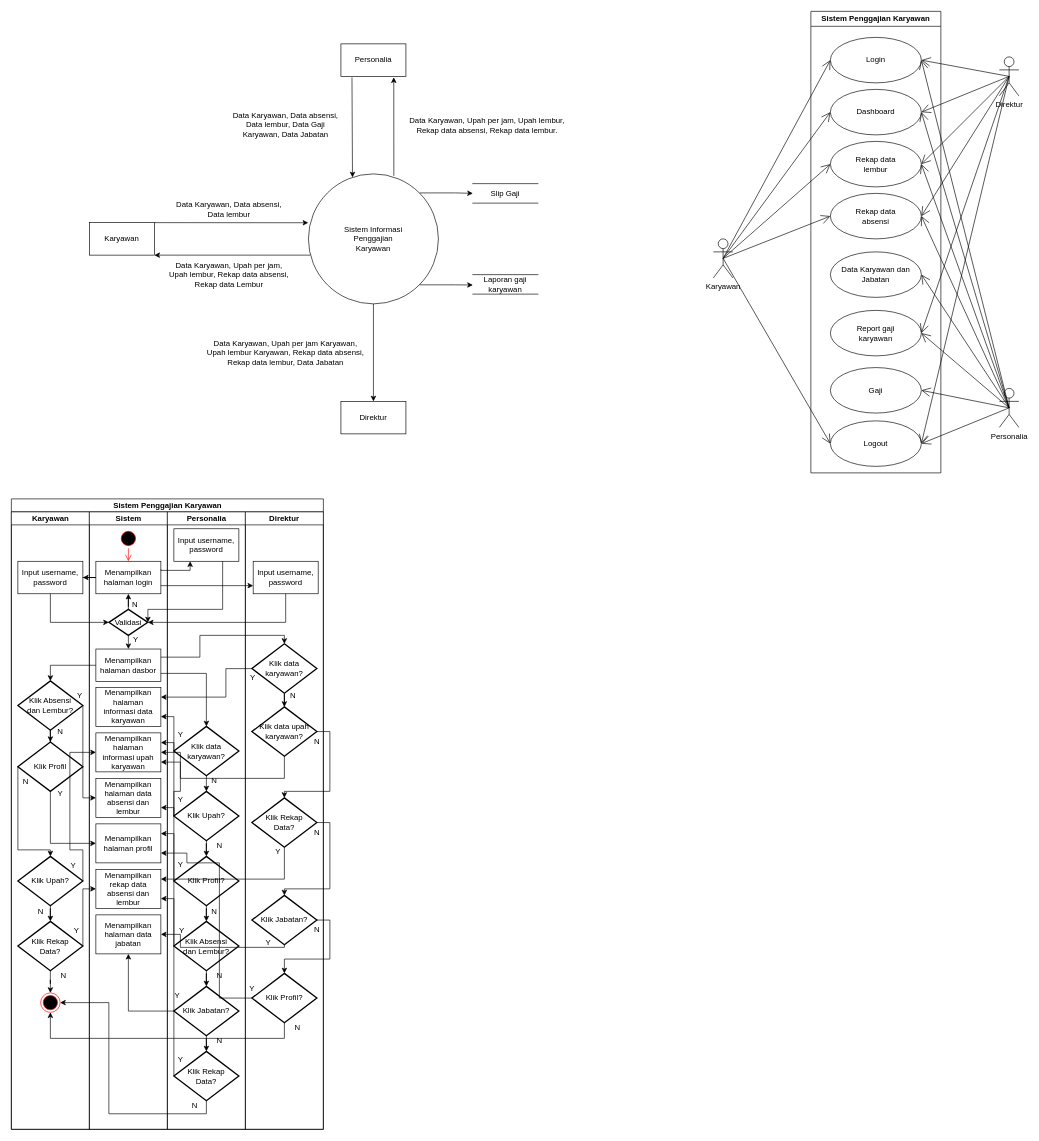
Before: page "Halaman-1" (1 of 2) of DFD.drawio in dapzz-id/DrawIO, a draw.io diagram. Source tidied: cells renumbered, new cells numbered last; positions are measured from the earlier drawing's top-left corner, leaving out a move shared by most shapes. Both pictures are drawn from the tidied source at 65%, with x=0, y=0 at pixel (11, 11).
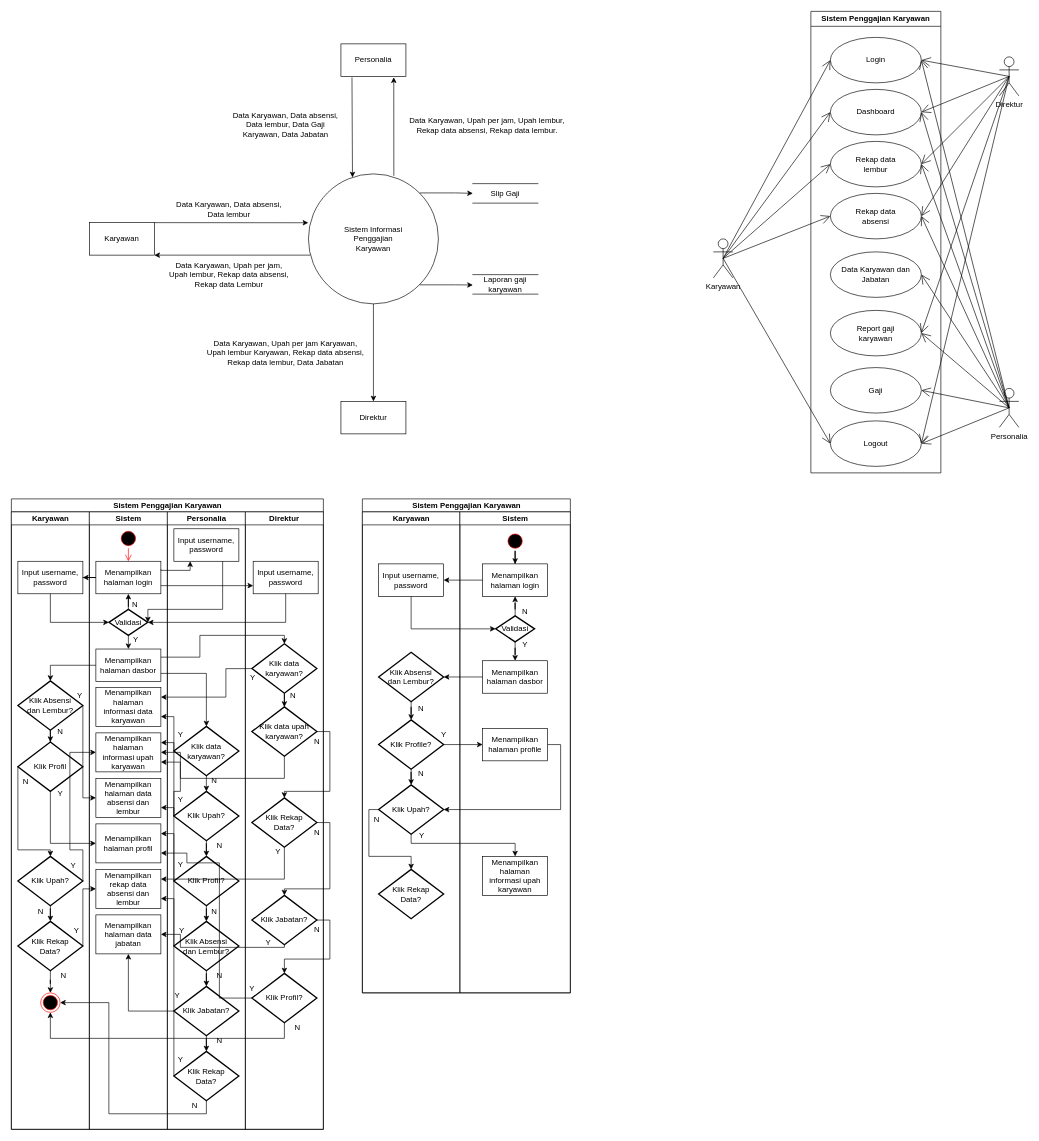
Above is the later version.

The edit, as a diff of the source:
```diff
@@
+    <mxCell id="159" value="Sistem Penggajian Karyawan" style="swimlane;startSize=20;html=1;" parent="1" vertex="1">
+      <mxGeometry x="540" y="750" width="320" height="760" as="geometry" />
+    </mxCell>
+    <mxCell id="160" value="Karyawan" style="swimlane;startSize=20;html=1;" parent="159" vertex="1">
+      <mxGeometry y="20" width="150" height="740" as="geometry" />
+    </mxCell>
+    <mxCell id="161" value="Input username, password" style="html=1;dashed=0;whiteSpace=wrap;" parent="160" vertex="1">
+      <mxGeometry x="25" y="80" width="100" height="50" as="geometry" />
+    </mxCell>
+    <mxCell id="162" style="edgeStyle=orthogonalEdgeStyle;rounded=0;jettySize=auto;html=1;" parent="160" edge="1" source="163" target="165">
+      <mxGeometry relative="1" as="geometry" />
+    </mxCell>
+    <mxCell id="163" value="Klik Absensi&lt;div&gt;dan Lembur?&lt;/div&gt;" style="strokeWidth=2;html=1;shape=mxgraph.flowchart.decision;whiteSpace=wrap;" parent="160" vertex="1">
+      <mxGeometry x="25" y="216" width="100" height="76" as="geometry" />
+    </mxCell>
+    <mxCell id="164" style="edgeStyle=orthogonalEdgeStyle;rounded=0;jettySize=auto;html=1;" parent="160" edge="1" source="165" target="166">
+      <mxGeometry relative="1" as="geometry" />
+    </mxCell>
+    <mxCell id="165" value="Klik Profile?" style="strokeWidth=2;html=1;shape=mxgraph.flowchart.decision;whiteSpace=wrap;" parent="160" vertex="1">
+      <mxGeometry x="25" y="320" width="100" height="76" as="geometry" />
+    </mxCell>
+    <mxCell id="166" value="Klik Upah?" style="strokeWidth=2;html=1;shape=mxgraph.flowchart.decision;whiteSpace=wrap;" parent="160" vertex="1">
+      <mxGeometry x="25" y="420" width="100" height="76" as="geometry" />
+    </mxCell>
+    <mxCell id="167" value="Y" style="text;html=1;align=center;verticalAlign=middle;strokeColor=none;fillColor=none;" parent="160" vertex="1">
+      <mxGeometry x="110" y="328" width="30" height="30" as="geometry" />
+    </mxCell>
+    <mxCell id="168" value="Y" style="text;html=1;align=center;verticalAlign=middle;strokeColor=none;fillColor=none;" parent="160" vertex="1">
+      <mxGeometry x="76" y="483" width="30" height="30" as="geometry" />
+    </mxCell>
+    <mxCell id="169" value="Klik Rekap&lt;div&gt;Data?&lt;/div&gt;" style="strokeWidth=2;html=1;shape=mxgraph.flowchart.decision;whiteSpace=wrap;" parent="160" vertex="1">
+      <mxGeometry x="25" y="550" width="100" height="76" as="geometry" />
+    </mxCell>
+    <mxCell id="170" style="edgeStyle=orthogonalEdgeStyle;rounded=0;jettySize=auto;html=1;exitX=0;exitY=0.5;exitDx=0;exitDy=0;exitPerimeter=0;entryX=0.5;entryY=0;entryDx=0;entryDy=0;entryPerimeter=0;" parent="160" edge="1" source="166" target="169">
+      <mxGeometry relative="1" as="geometry">
+        <Array as="points">
+          <mxPoint x="10" y="458" />
+          <mxPoint x="10" y="530" />
+          <mxPoint x="75" y="530" />
+        </Array>
+      </mxGeometry>
+    </mxCell>
+    <mxCell id="171" value="Sistem" style="swimlane;startSize=20;html=1;" parent="159" vertex="1">
+      <mxGeometry x="150" y="20" width="170" height="740" as="geometry" />
+    </mxCell>
+    <mxCell id="172" style="edgeStyle=orthogonalEdgeStyle;rounded=0;jettySize=auto;html=1;" parent="171" edge="1" source="173" target="174">
+      <mxGeometry relative="1" as="geometry" />
+    </mxCell>
+    <mxCell id="173" style="ellipse;html=1;shape=startState;fillColor=#000000;strokeColor=#ff0000;" parent="171" vertex="1">
+      <mxGeometry x="70" y="30" width="30" height="30" as="geometry" />
+    </mxCell>
+    <mxCell id="174" value="Menampilkan&lt;div&gt;halaman login&lt;/div&gt;" style="html=1;dashed=0;whiteSpace=wrap;" parent="171" vertex="1">
+      <mxGeometry x="35" y="80" width="100" height="50" as="geometry" />
+    </mxCell>
+    <mxCell id="175" style="edgeStyle=orthogonalEdgeStyle;rounded=0;jettySize=auto;html=1;" parent="171" edge="1" source="177" target="174">
+      <mxGeometry relative="1" as="geometry" />
+    </mxCell>
+    <mxCell id="176" style="edgeStyle=orthogonalEdgeStyle;rounded=0;jettySize=auto;html=1;" parent="171" edge="1" source="177" target="179">
+      <mxGeometry relative="1" as="geometry" />
+    </mxCell>
+    <mxCell id="177" value="Validasi" style="strokeWidth=2;html=1;shape=mxgraph.flowchart.decision;whiteSpace=wrap;" parent="171" vertex="1">
+      <mxGeometry x="55" y="160" width="60" height="40" as="geometry" />
+    </mxCell>
+    <mxCell id="178" value="N" style="text;html=1;align=center;verticalAlign=middle;strokeColor=none;fillColor=none;" parent="171" vertex="1">
+      <mxGeometry x="85" y="138" width="30" height="30" as="geometry" />
+    </mxCell>
+    <mxCell id="179" value="Menampilkan&lt;div&gt;halaman dasbor&lt;/div&gt;" style="html=1;dashed=0;whiteSpace=wrap;" parent="171" vertex="1">
+      <mxGeometry x="35" y="229" width="100" height="50" as="geometry" />
+    </mxCell>
+    <mxCell id="180" value="Y" style="text;html=1;align=center;verticalAlign=middle;strokeColor=none;fillColor=none;" parent="171" vertex="1">
+      <mxGeometry x="85" y="190" width="30" height="30" as="geometry" />
+    </mxCell>
+    <mxCell id="181" value="Menampilkan&lt;div&gt;halaman profile&lt;/div&gt;" style="html=1;dashed=0;whiteSpace=wrap;" parent="171" vertex="1">
+      <mxGeometry x="35" y="333" width="100" height="50" as="geometry" />
+    </mxCell>
+    <mxCell id="182" value="Menampilkan&lt;div&gt;halaman informasi upah&lt;/div&gt;&lt;div&gt;karyawan&lt;/div&gt;" style="html=1;dashed=0;whiteSpace=wrap;" parent="171" vertex="1">
+      <mxGeometry x="35" y="530" width="100" height="60" as="geometry" />
+    </mxCell>
+    <mxCell id="183" style="edgeStyle=orthogonalEdgeStyle;rounded=0;jettySize=auto;html=1;" parent="159" edge="1" source="174" target="161">
+      <mxGeometry relative="1" as="geometry" />
+    </mxCell>
+    <mxCell id="184" style="edgeStyle=orthogonalEdgeStyle;rounded=0;jettySize=auto;html=1;exitX=0.5;exitY=1;exitDx=0;exitDy=0;entryX=0;entryY=0.5;entryDx=0;entryDy=0;entryPerimeter=0;" parent="159" edge="1" source="161" target="177">
+      <mxGeometry relative="1" as="geometry" />
+    </mxCell>
+    <mxCell id="185" style="edgeStyle=orthogonalEdgeStyle;rounded=0;jettySize=auto;html=1;exitX=0;exitY=0.5;exitDx=0;exitDy=0;entryX=1;entryY=0.5;entryDx=0;entryDy=0;entryPerimeter=0;" parent="159" edge="1" source="179" target="163">
+      <mxGeometry relative="1" as="geometry" />
+    </mxCell>
+    <mxCell id="186" style="edgeStyle=orthogonalEdgeStyle;rounded=0;jettySize=auto;html=1;" parent="159" edge="1" source="165" target="181">
+      <mxGeometry relative="1" as="geometry" />
+    </mxCell>
+    <mxCell id="187" style="edgeStyle=orthogonalEdgeStyle;rounded=0;jettySize=auto;html=1;exitX=1;exitY=0.5;exitDx=0;exitDy=0;entryX=1;entryY=0.5;entryDx=0;entryDy=0;entryPerimeter=0;" parent="159" edge="1" source="181" target="166">
+      <mxGeometry relative="1" as="geometry" />
+    </mxCell>
+    <mxCell id="188" style="edgeStyle=orthogonalEdgeStyle;rounded=0;jettySize=auto;html=1;exitX=0.5;exitY=1;exitDx=0;exitDy=0;exitPerimeter=0;entryX=0.5;entryY=0;entryDx=0;entryDy=0;" parent="159" edge="1" source="166" target="182">
+      <mxGeometry relative="1" as="geometry">
+        <Array as="points">
+          <mxPoint x="75" y="530" />
+          <mxPoint x="235" y="530" />
+        </Array>
+      </mxGeometry>
+    </mxCell>
+    <mxCell id="189" value="N" style="text;html=1;align=center;verticalAlign=middle;strokeColor=none;fillColor=none;" parent="1" vertex="1">
+      <mxGeometry x="615" y="1058" width="30" height="30" as="geometry" />
+    </mxCell>
+    <mxCell id="190" value="N" style="text;html=1;align=center;verticalAlign=middle;strokeColor=none;fillColor=none;" parent="1" vertex="1">
+      <mxGeometry x="615" y="1158" width="30" height="30" as="geometry" />
+    </mxCell>
+    <mxCell id="191" value="N" style="text;html=1;align=center;verticalAlign=middle;strokeColor=none;fillColor=none;" parent="1" vertex="1">
+      <mxGeometry x="547" y="1228" width="30" height="30" as="geometry" />
+    </mxCell>
```
